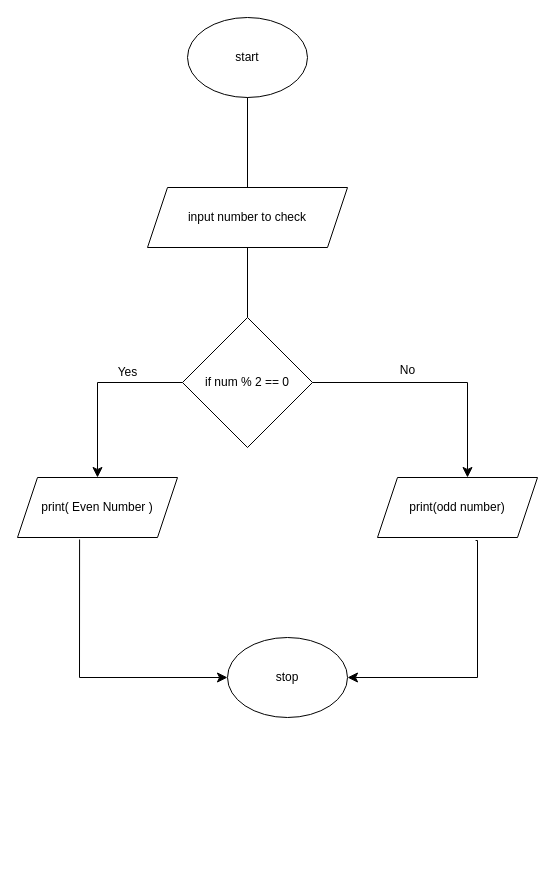
The draw.io diagram even_odd.drawio in ArslanBashirBhat/Assingments-Python, before the edit. Source tidied: cells renumbered, new cells numbered last; positions are measured from the earlier drawing's top-left corner, leaving out a move shared by most shapes. Both pictures are drawn from the tidied source at 100%, with x=0, y=0 at pixel (17, 17).
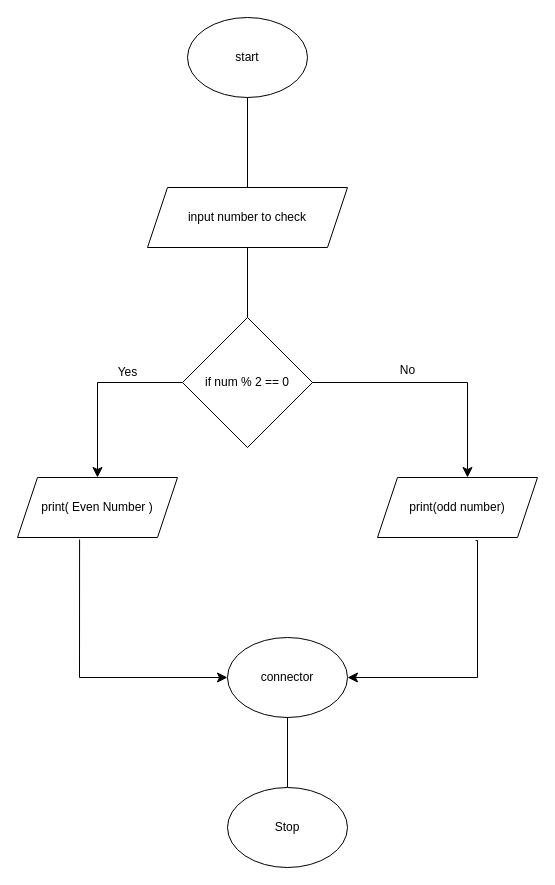
The same page after the edit.

What changed in the source:
```diff
@@
-    <mxCell id="14" value="stop" style="ellipse;whiteSpace=wrap;html=1;" parent="1" vertex="1">
+    <mxCell id="14" value="connector" style="ellipse;whiteSpace=wrap;html=1;" parent="1" vertex="1">
       <mxGeometry x="210" y="620" width="120" height="80" as="geometry" />
     </mxCell>
@@
+    <mxCell id="16" style="endArrow=none;html=1;rounded=0;" parent="1" edge="1">
+      <mxGeometry relative="1" as="geometry">
+        <mxPoint x="270" y="770" as="sourcePoint" />
+        <mxPoint x="270" y="700" as="targetPoint" />
+      </mxGeometry>
+    </mxCell>
+    <mxCell id="17" value="Stop" style="ellipse;whiteSpace=wrap;html=1;" parent="1" vertex="1">
+      <mxGeometry x="210" y="770" width="120" height="80" as="geometry" />
+    </mxCell>
```
